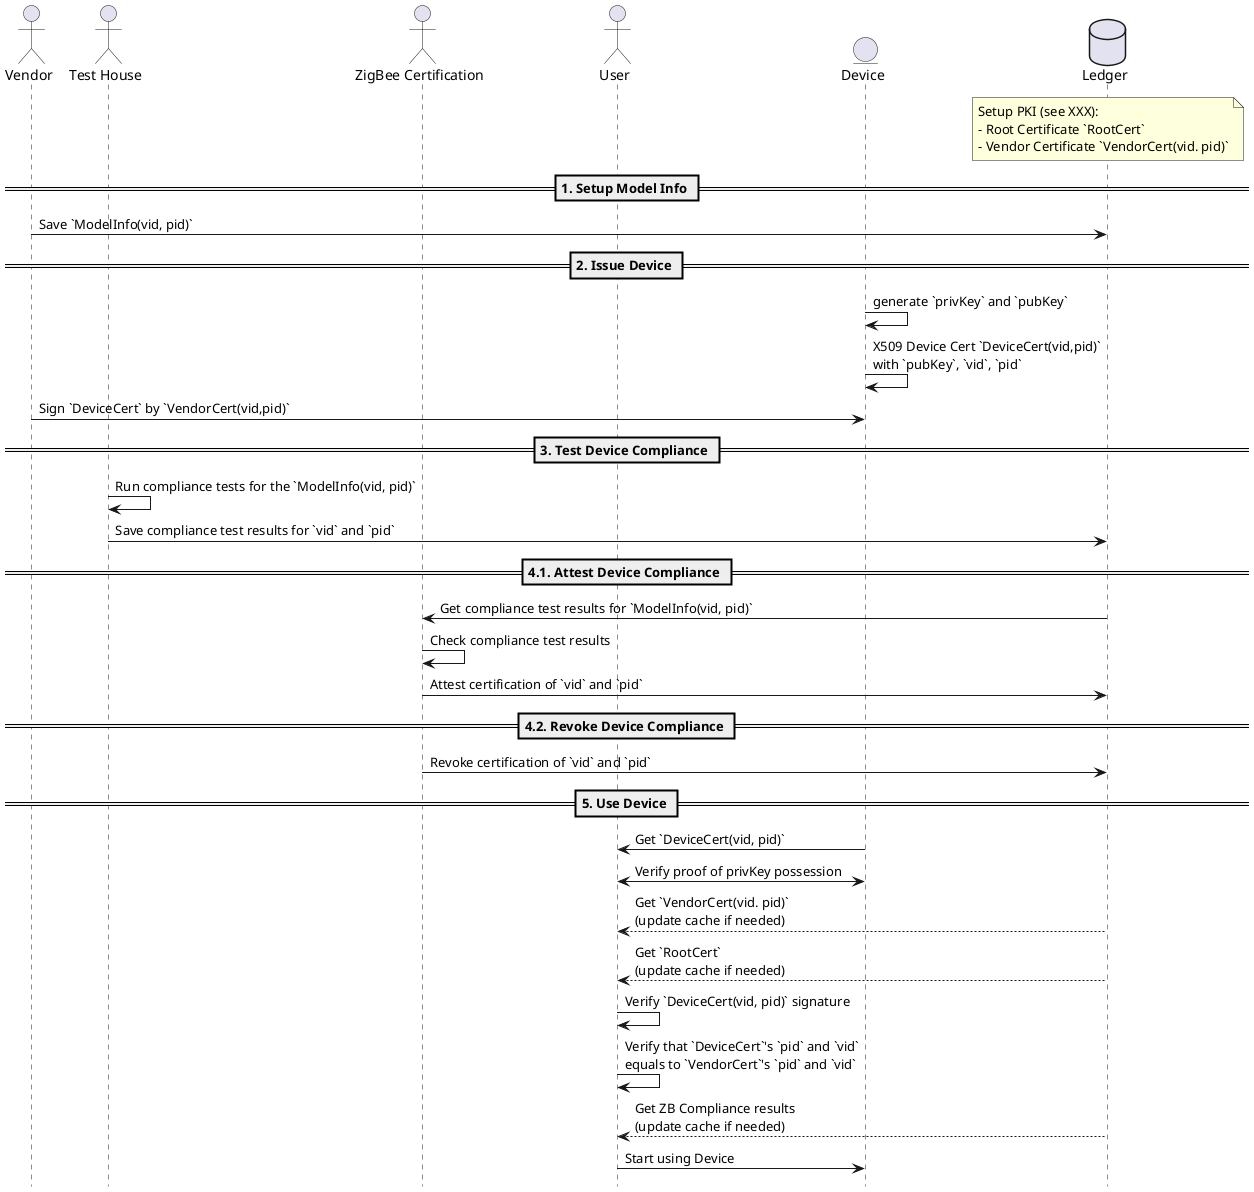
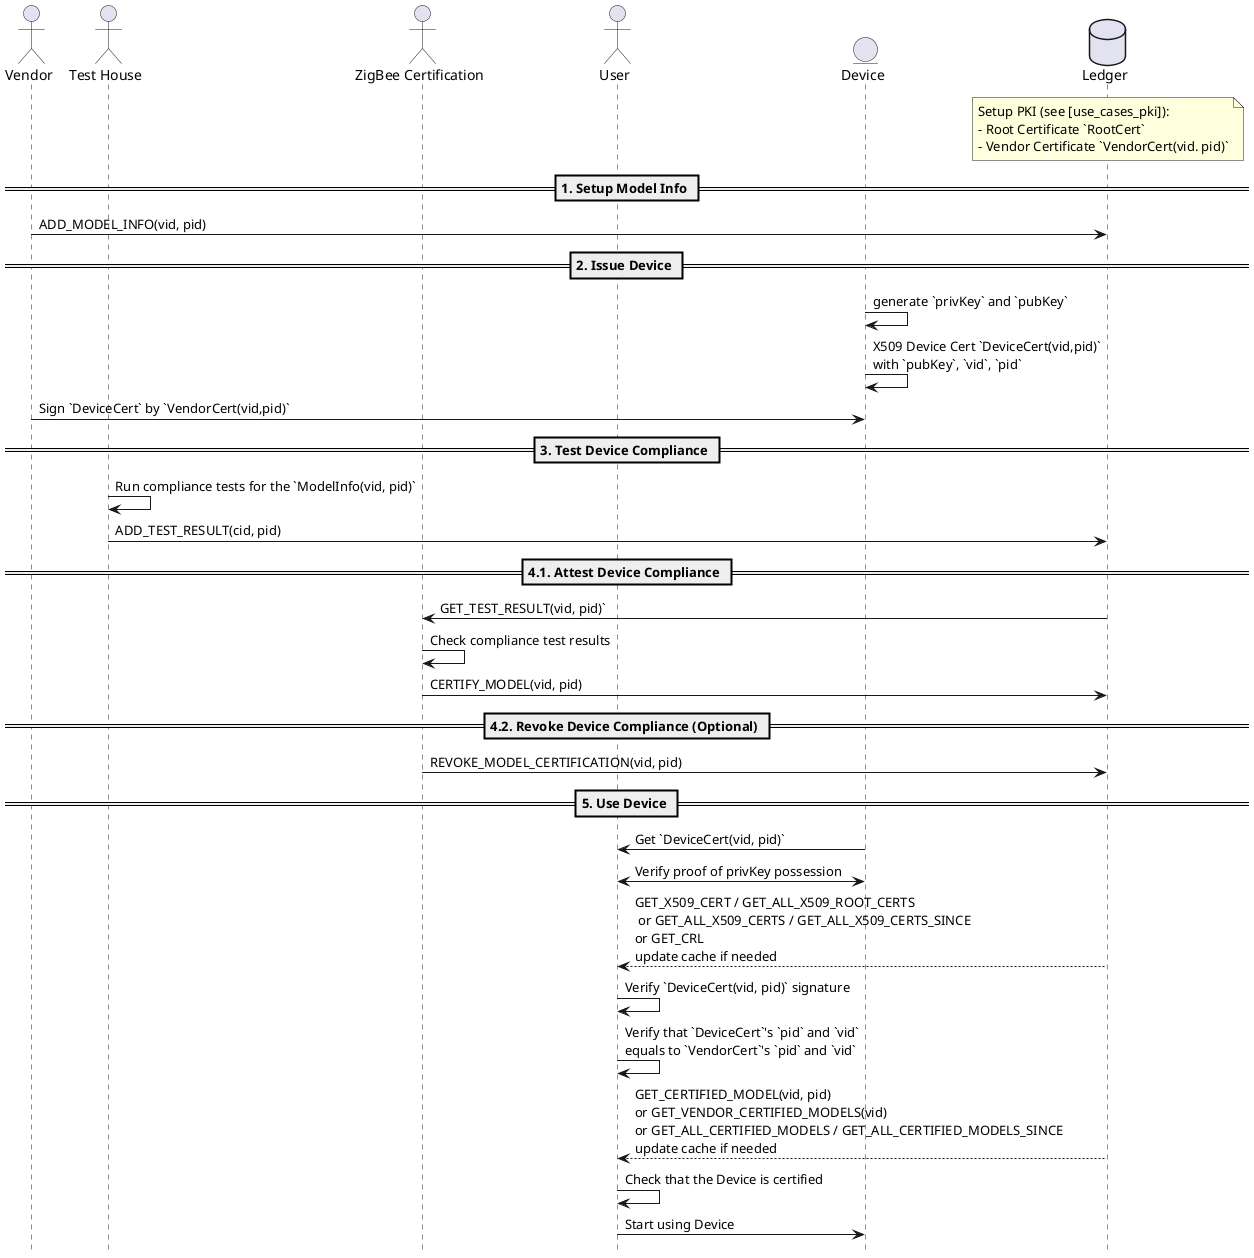
@startuml
!pragma teoz true
hide footbox

actor Vendor as V
actor "Test House" as T
actor "ZigBee Certification" as ZB
actor User as U
entity Device as D
database Ledger as L

note over L
- Setup PKI (see XXX):
+ Setup PKI (see [use_cases_pki]):
- Root Certificate `RootCert`
- Vendor Certificate `VendorCert(vid. pid)`
end note

== 1. Setup Model Info ==
- V -> L: Save `ModelInfo(vid, pid)`
+ V -> L: ADD_MODEL_INFO(vid, pid)

== 2. Issue Device ==
D -> D: generate `privKey` and `pubKey`
D -> D: X509 Device Cert `DeviceCert(vid,pid)`\nwith `pubKey`, `vid`, `pid`
V -> D: Sign `DeviceCert` by `VendorCert(vid,pid)`

== 3. Test Device Compliance ==
T -> T: Run compliance tests for the `ModelInfo(vid, pid)`
- T -> L: Save compliance test results for `vid` and `pid`
+ T -> L: ADD_TEST_RESULT(cid, pid)

== 4.1. Attest Device Compliance ==
- ZB <- L: Get compliance test results for `ModelInfo(vid, pid)`
+ ZB <- L: GET_TEST_RESULT(vid, pid)`
ZB -> ZB: Check compliance test results
- ZB -> L: Attest certification of `vid` and `pid`
+ ZB -> L: CERTIFY_MODEL(vid, pid)


- == 4.2. Revoke Device Compliance ==
- ZB -> L: Revoke certification of `vid` and `pid`
+ == 4.2. Revoke Device Compliance (Optional) ==
+ ZB -> L: REVOKE_MODEL_CERTIFICATION(vid, pid)

== 5. Use Device ==
U <- D: Get `DeviceCert(vid, pid)`
U <-> D: Verify proof of privKey possession
- U <-- L: Get `VendorCert(vid. pid)`\n(update cache if needed)
- U <-- L: Get `RootCert`\n(update cache if needed)
+ U <-- L: GET_X509_CERT / GET_ALL_X509_ROOT_CERTS\n or GET_ALL_X509_CERTS / GET_ALL_X509_CERTS_SINCE\nor GET_CRL\nupdate cache if needed
U -> U: Verify `DeviceCert(vid, pid)` signature
U -> U: Verify that `DeviceCert`'s `pid` and `vid`\nequals to `VendorCert`'s `pid` and `vid`
- U <-- L: Get ZB Compliance results\n(update cache if needed)
+ U <-- L:GET_CERTIFIED_MODEL(vid, pid)\nor GET_VENDOR_CERTIFIED_MODELS(vid)\nor GET_ALL_CERTIFIED_MODELS / GET_ALL_CERTIFIED_MODELS_SINCE\nupdate cache if needed
+ U -> U: Check that the Device is certified
U -> D: Start using Device


@enduml